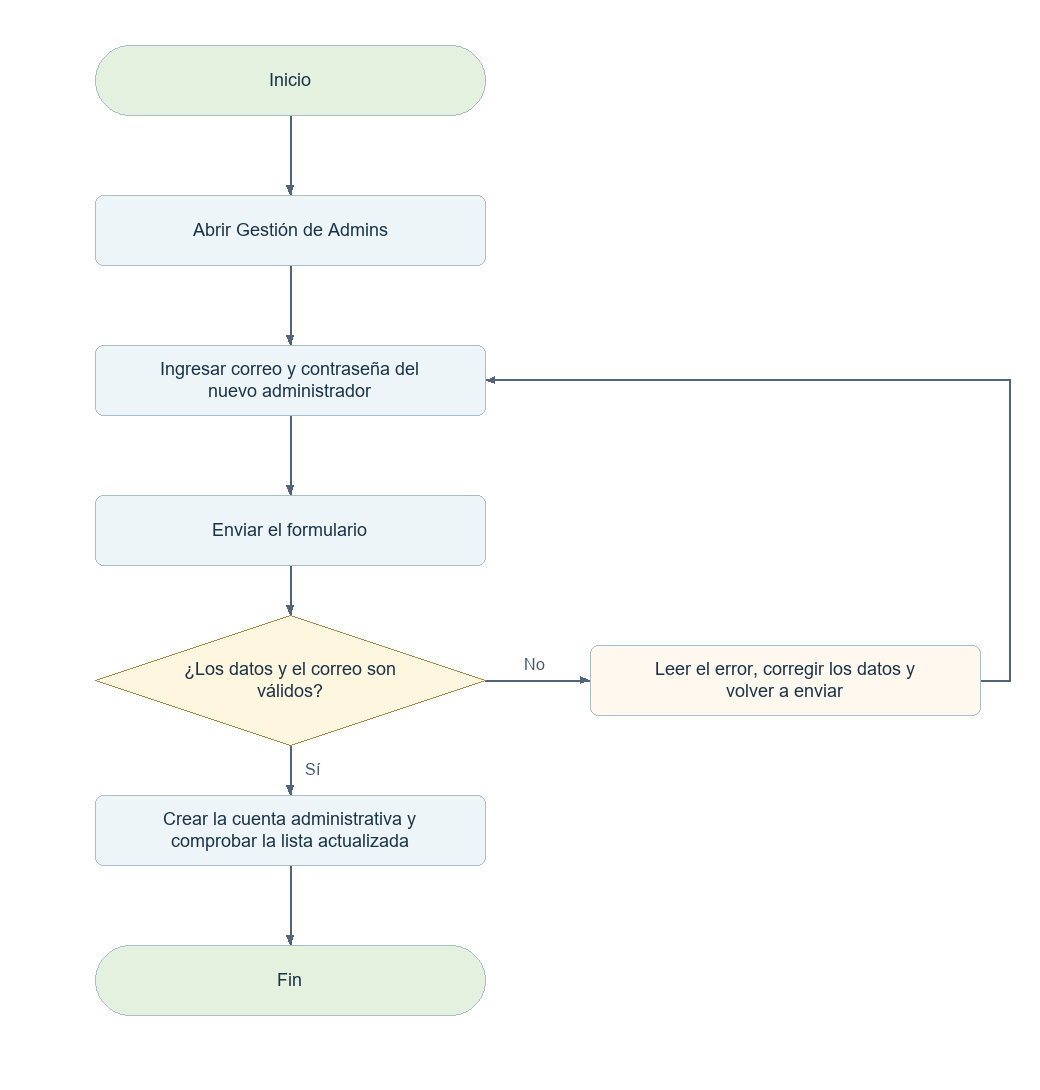
Before: docs/diagramas-web/png/S02.png, a diagram exported from Mermaid (elingeyesdev/t3-crowdfunding-inversion). Its source is kept beside it as docs/diagramas-web/mermaid/S02.mmd.
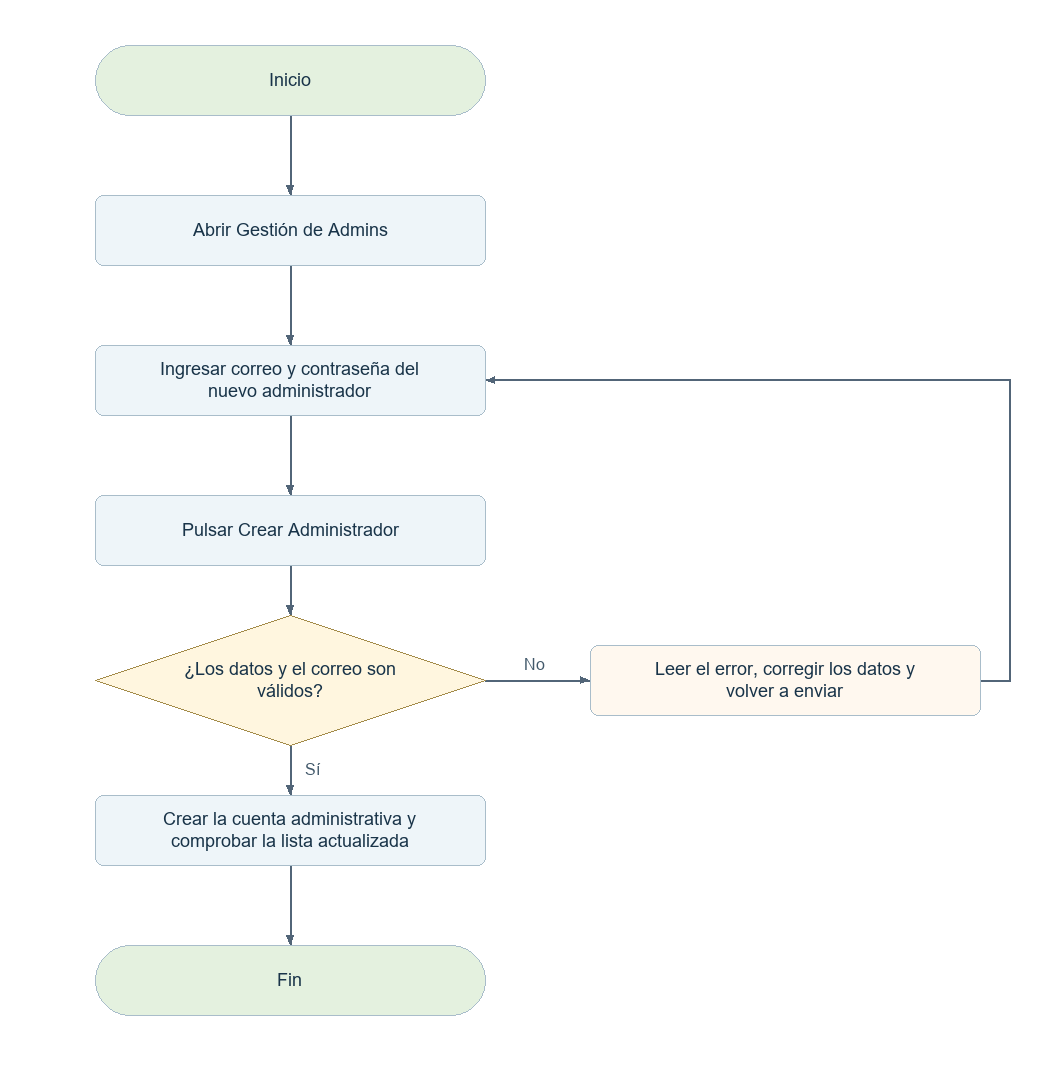
Later version of the same file.

The edit, as a diff of the source:
```diff
@@ -5,7 +5,7 @@
   N1 --> N2
   N2["Ingresar correo y contraseña del nuevo administrador"]
   N2 --> N3
-  N3["Enviar el formulario"]
+  N3["Pulsar Crear Administrador"]
   N3 --> N4
   N4{"¿Los datos y el correo son válidos?"}
   N4 -->|"Sí"| N5
```
